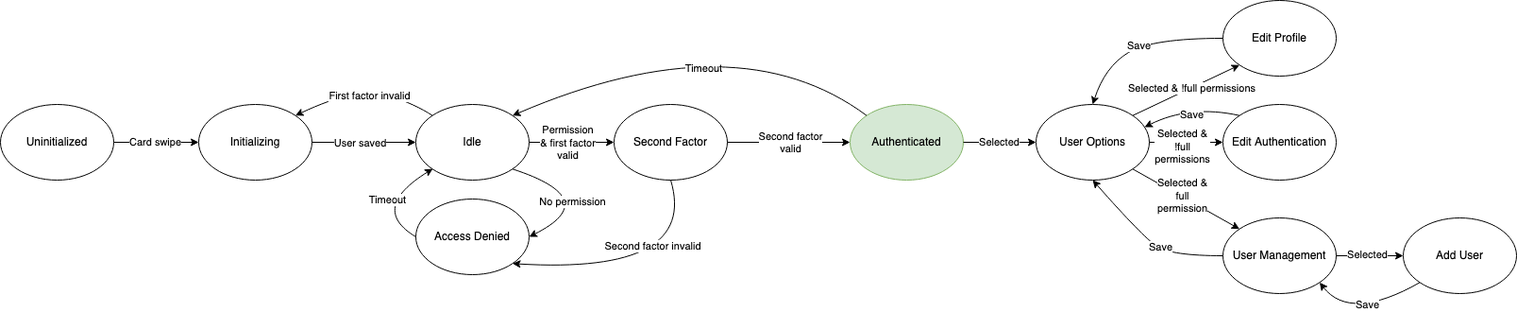
Above: Documentation/4180 State Diagram.png in ArkaneMoose/BuzzLock (draw.io), before the change. Source tidied: cells renumbered, new cells last; positions are measured from the earlier drawing's top-left corner, leaving out a move shared by most shapes.
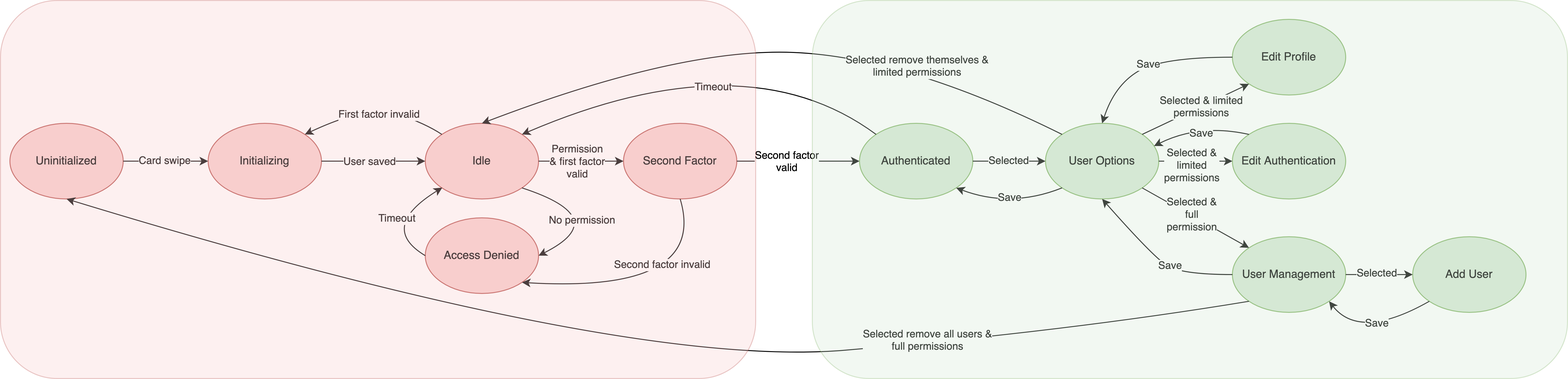
After the commit.

Commit message:
New state diagram

What changed in the source:
```diff
@@ -2,43 +2,43 @@
   <root>
     <mxCell id="0" />
     <mxCell id="1" parent="0" />
-    <mxCell id="2" value="Uninitialized" style="ellipse;whiteSpace=wrap;html=1;" parent="1" vertex="1">
+    <mxCell id="2" value="Uninitialized" style="ellipse;whiteSpace=wrap;html=1;fillColor=#f8cecc;strokeColor=#b85450;" parent="1" vertex="1">
       <mxGeometry y="110" width="120" height="80" as="geometry" />
     </mxCell>
-    <mxCell id="3" value="Initializing" style="ellipse;whiteSpace=wrap;html=1;" parent="1" vertex="1">
+    <mxCell id="3" value="Initializing" style="ellipse;whiteSpace=wrap;html=1;fillColor=#f8cecc;strokeColor=#b85450;" parent="1" vertex="1">
       <mxGeometry x="210" y="110" width="120" height="80" as="geometry" />
     </mxCell>
-    <mxCell id="4" value="Idle" style="ellipse;whiteSpace=wrap;html=1;" parent="1" vertex="1">
+    <mxCell id="4" value="Idle" style="ellipse;whiteSpace=wrap;html=1;fillColor=#f8cecc;strokeColor=#b85450;" parent="1" vertex="1">
       <mxGeometry x="440" y="110" width="120" height="80" as="geometry" />
     </mxCell>
-    <mxCell id="5" value="Second Factor" style="ellipse;whiteSpace=wrap;html=1;" parent="1" vertex="1">
+    <mxCell id="5" value="Second Factor" style="ellipse;whiteSpace=wrap;html=1;fillColor=#f8cecc;strokeColor=#b85450;" parent="1" vertex="1">
       <mxGeometry x="650" y="110" width="120" height="80" as="geometry" />
     </mxCell>
-    <mxCell id="6" value="Access Denied" style="ellipse;whiteSpace=wrap;html=1;" parent="1" vertex="1">
+    <mxCell id="6" value="Access Denied" style="ellipse;whiteSpace=wrap;html=1;fillColor=#f8cecc;strokeColor=#b85450;" parent="1" vertex="1">
       <mxGeometry x="440" y="210" width="120" height="80" as="geometry" />
     </mxCell>
     <mxCell id="7" value="Authenticated" style="ellipse;whiteSpace=wrap;html=1;fillColor=#d5e8d4;strokeColor=#82b366;" parent="1" vertex="1">
       <mxGeometry x="900" y="110" width="120" height="80" as="geometry" />
     </mxCell>
-    <mxCell id="8" value="User Options" style="ellipse;whiteSpace=wrap;html=1;" parent="1" vertex="1">
+    <mxCell id="8" value="User Options" style="ellipse;whiteSpace=wrap;html=1;fillColor=#d5e8d4;strokeColor=#82b366;" parent="1" vertex="1">
       <mxGeometry x="1097" y="110" width="120" height="80" as="geometry" />
     </mxCell>
-    <mxCell id="9" value="Edit Profile" style="ellipse;whiteSpace=wrap;html=1;" parent="1" vertex="1">
+    <mxCell id="9" value="Edit Profile" style="ellipse;whiteSpace=wrap;html=1;fillColor=#d5e8d4;strokeColor=#82b366;" parent="1" vertex="1">
       <mxGeometry x="1295" width="120" height="80" as="geometry" />
     </mxCell>
-    <mxCell id="10" value="Edit Authentication" style="ellipse;whiteSpace=wrap;html=1;" parent="1" vertex="1">
+    <mxCell id="10" value="Edit Authentication" style="ellipse;whiteSpace=wrap;html=1;fillColor=#d5e8d4;strokeColor=#82b366;" parent="1" vertex="1">
       <mxGeometry x="1295" y="110" width="120" height="80" as="geometry" />
     </mxCell>
-    <mxCell id="11" value="User Management" style="ellipse;whiteSpace=wrap;html=1;" parent="1" vertex="1">
+    <mxCell id="11" value="User Management" style="ellipse;whiteSpace=wrap;html=1;fillColor=#d5e8d4;strokeColor=#82b366;" parent="1" vertex="1">
       <mxGeometry x="1295" y="230" width="120" height="80" as="geometry" />
     </mxCell>
-    <mxCell id="12" value="Add User" style="ellipse;whiteSpace=wrap;html=1;" parent="1" vertex="1">
+    <mxCell id="12" value="Add User" style="ellipse;whiteSpace=wrap;html=1;fillColor=#d5e8d4;strokeColor=#82b366;" parent="1" vertex="1">
       <mxGeometry x="1486" y="230" width="120" height="80" as="geometry" />
     </mxCell>
     <mxCell id="13" style="endArrow=classic;html=1;exitX=1;exitY=0.5;exitDx=0;exitDy=0;entryX=0;entryY=0.5;entryDx=0;entryDy=0;" parent="1" edge="1" source="2" target="3">
       <mxGeometry relative="1" as="geometry" />
     </mxCell>
-    <mxCell id="14" value="Card swipe" style="edgeLabel;html=1;align=center;verticalAlign=middle;" parent="13" vertex="1">
+    <mxCell id="14" value="Card swipe" style="edgeLabel;html=1;align=center;verticalAlign=middle;labelBackgroundColor=#FFFFFF;" parent="13" vertex="1">
       <mxGeometry y="1" relative="1" as="geometry">
         <mxPoint x="-2" as="offset" />
       </mxGeometry>
@@ -46,7 +46,7 @@
     <mxCell id="15" style="endArrow=classic;html=1;exitX=1;exitY=0.5;exitDx=0;exitDy=0;entryX=0;entryY=0.5;entryDx=0;entryDy=0;" parent="1" edge="1" source="3" target="4">
       <mxGeometry relative="1" as="geometry" />
     </mxCell>
-    <mxCell id="16" value="User saved" style="edgeLabel;html=1;align=center;verticalAlign=middle;" parent="15" vertex="1">
+    <mxCell id="16" value="User saved" style="edgeLabel;html=1;align=center;verticalAlign=middle;labelBackgroundColor=#FFFFFF;" parent="15" vertex="1">
       <mxGeometry x="-0.42" y="-2" relative="1" as="geometry">
         <mxPoint x="18" y="-2" as="offset" />
       </mxGeometry>
@@ -54,7 +54,7 @@
     <mxCell id="17" style="endArrow=classic;html=1;exitX=1;exitY=0.5;exitDx=0;exitDy=0;entryX=0;entryY=0.5;entryDx=0;entryDy=0;" parent="1" edge="1" source="4" target="5">
       <mxGeometry relative="1" as="geometry" />
     </mxCell>
-    <mxCell id="18" value="&lt;div&gt;Permission&lt;/div&gt;&lt;div&gt;&amp;amp; first factor &lt;br&gt;&lt;/div&gt;&lt;div&gt;valid&lt;br&gt;&lt;/div&gt;" style="edgeLabel;html=1;align=center;verticalAlign=middle;" parent="17" vertex="1">
+    <mxCell id="18" value="&lt;div&gt;Permission&lt;/div&gt;&lt;div&gt;&amp;amp; first factor &lt;br&gt;&lt;/div&gt;&lt;div&gt;valid&lt;br&gt;&lt;/div&gt;" style="edgeLabel;html=1;align=center;verticalAlign=middle;labelBackgroundColor=#FFFFFF;" parent="17" vertex="1">
       <mxGeometry x="-0.24" relative="1" as="geometry">
         <mxPoint x="6" as="offset" />
       </mxGeometry>
@@ -62,9 +62,9 @@
     <mxCell id="19" style="endArrow=classic;html=1;exitX=1;exitY=0.5;exitDx=0;exitDy=0;entryX=0;entryY=0.5;entryDx=0;entryDy=0;" parent="1" edge="1" source="5" target="7">
       <mxGeometry relative="1" as="geometry" />
     </mxCell>
-    <mxCell id="20" value="&lt;div&gt;Second factor &lt;br&gt;&lt;/div&gt;&lt;div&gt;valid&lt;br&gt;&lt;/div&gt;" style="edgeLabel;html=1;align=center;verticalAlign=middle;" parent="19" vertex="1">
+    <mxCell id="20" value="&lt;div&gt;Second factor &lt;br&gt;&lt;/div&gt;&lt;div&gt;valid&lt;br&gt;&lt;/div&gt;" style="edgeLabel;html=1;align=center;verticalAlign=middle;labelBackgroundColor=#FFFFFF;" parent="19" vertex="1">
       <mxGeometry x="-0.4" y="1" relative="1" as="geometry">
-        <mxPoint x="27" y="1" as="offset" />
+        <mxPoint x="13" y="1" as="offset" />
       </mxGeometry>
     </mxCell>
     <mxCell id="21" style="curved=1;endArrow=classic;html=1;entryX=1;entryY=0.5;entryDx=0;entryDy=0;exitX=1;exitY=1;exitDx=0;exitDy=0;" parent="1" edge="1" source="4" target="6">
@@ -74,7 +74,7 @@
         </Array>
       </mxGeometry>
     </mxCell>
-    <mxCell id="22" value="No permission" style="edgeLabel;html=1;align=center;verticalAlign=middle;" parent="21" vertex="1">
+    <mxCell id="22" value="No permission" style="edgeLabel;html=1;align=center;verticalAlign=middle;labelBackgroundColor=#FFFFFF;" parent="21" vertex="1">
       <mxGeometry x="-0.29" y="-5" relative="1" as="geometry">
         <mxPoint y="8" as="offset" />
       </mxGeometry>
@@ -87,7 +87,7 @@
         </Array>
       </mxGeometry>
     </mxCell>
-    <mxCell id="24" value="Timeout" style="edgeLabel;html=1;align=center;verticalAlign=middle;" parent="23" vertex="1">
+    <mxCell id="24" value="Timeout" style="edgeLabel;html=1;align=center;verticalAlign=middle;labelBackgroundColor=#FFFFFF;" parent="23" vertex="1">
       <mxGeometry x="-0.29" y="-5" relative="1" as="geometry">
         <mxPoint x="9.4" y="-10.5" as="offset" />
       </mxGeometry>
@@ -100,7 +100,7 @@
         </Array>
       </mxGeometry>
     </mxCell>
-    <mxCell id="26" value="First factor invalid" style="edgeLabel;html=1;align=center;verticalAlign=middle;" parent="25" vertex="1">
+    <mxCell id="26" value="First factor invalid" style="edgeLabel;html=1;align=center;verticalAlign=middle;labelBackgroundColor=#FFFFFF;" parent="25" vertex="1">
       <mxGeometry x="-0.08" y="8" relative="1" as="geometry">
         <mxPoint x="1.8" y="-1.2" as="offset" />
       </mxGeometry>
@@ -112,7 +112,7 @@
         </Array>
       </mxGeometry>
     </mxCell>
-    <mxCell id="28" value="Second factor invalid" style="edgeLabel;html=1;align=center;verticalAlign=middle;" parent="27" vertex="1">
+    <mxCell id="28" value="Second factor invalid" style="edgeLabel;html=1;align=center;verticalAlign=middle;labelBackgroundColor=#FFFFFF;" parent="27" vertex="1">
       <mxGeometry x="-0.59" y="-39" relative="1" as="geometry" />
     </mxCell>
     <mxCell id="29" style="curved=1;endArrow=classic;html=1;exitX=0;exitY=0;exitDx=0;exitDy=0;entryX=1;entryY=0;entryDx=0;entryDy=0;" parent="1" edge="1" source="7" target="4">
@@ -122,7 +122,7 @@
         </Array>
       </mxGeometry>
     </mxCell>
-    <mxCell id="30" value="Timeout" style="edgeLabel;html=1;align=center;verticalAlign=middle;" parent="29" vertex="1">
+    <mxCell id="30" value="Timeout" style="edgeLabel;html=1;align=center;verticalAlign=middle;labelBackgroundColor=#FFFFFF;" parent="29" vertex="1">
       <mxGeometry x="0.04" y="33" relative="1" as="geometry" />
     </mxCell>
     <mxCell id="31" style="endArrow=classic;html=1;exitX=1;exitY=0.5;exitDx=0;exitDy=0;entryX=0;entryY=0.5;entryDx=0;entryDy=0;" parent="1" edge="1" source="7" target="8">
@@ -134,13 +134,13 @@
     <mxCell id="33" style="endArrow=classic;html=1;exitX=1;exitY=0;exitDx=0;exitDy=0;entryX=0;entryY=1;entryDx=0;entryDy=0;" parent="1" edge="1" source="8" target="9">
       <mxGeometry relative="1" as="geometry" />
     </mxCell>
-    <mxCell id="34" value="Selected &amp;amp; !full permissions" style="edgeLabel;html=1;align=center;verticalAlign=middle;" parent="33" vertex="1">
+    <mxCell id="34" value="&lt;div&gt;Selected &amp;amp; limited &lt;br&gt;&lt;/div&gt;&lt;div&gt;permissions&lt;br&gt;&lt;/div&gt;" style="edgeLabel;html=1;align=center;verticalAlign=middle;" parent="33" vertex="1">
       <mxGeometry x="0.11" relative="1" as="geometry" />
     </mxCell>
     <mxCell id="35" style="endArrow=classic;html=1;exitX=1;exitY=0.5;exitDx=0;exitDy=0;entryX=0;entryY=0.5;entryDx=0;entryDy=0;" parent="1" edge="1" source="8" target="10">
       <mxGeometry relative="1" as="geometry" />
     </mxCell>
-    <mxCell id="36" value="&lt;div&gt;Selected &amp;amp;&lt;/div&gt;&lt;div&gt;!full &lt;br&gt;&lt;/div&gt;&lt;div&gt;permissions&lt;br&gt;&lt;/div&gt;" style="edgeLabel;html=1;align=center;verticalAlign=middle;" parent="35" vertex="1">
+    <mxCell id="36" value="&lt;div&gt;Selected &amp;amp;&lt;/div&gt;&lt;div&gt;limited &lt;br&gt;&lt;/div&gt;&lt;div&gt;permissions&lt;br&gt;&lt;/div&gt;" style="edgeLabel;html=1;align=center;verticalAlign=middle;" parent="35" vertex="1">
       <mxGeometry x="-0.08" y="-1" relative="1" as="geometry">
         <mxPoint x="-2" y="3" as="offset" />
       </mxGeometry>
@@ -205,5 +205,47 @@
         <mxPoint y="-2.2" as="offset" />
       </mxGeometry>
     </mxCell>
+    <mxCell id="49" style="curved=1;endArrow=classic;html=1;exitX=0;exitY=1;exitDx=0;exitDy=0;entryX=1;entryY=1;entryDx=0;entryDy=0;" parent="1" edge="1" source="8" target="7">
+      <mxGeometry relative="1" as="geometry">
+        <Array as="points">
+          <mxPoint x="1060" y="200" />
+        </Array>
+      </mxGeometry>
+    </mxCell>
+    <mxCell id="50" value="Save" style="edgeLabel;html=1;align=center;verticalAlign=middle;" parent="49" vertex="1">
+      <mxGeometry x="0.15" y="-8" relative="1" as="geometry">
+        <mxPoint x="5" as="offset" />
+      </mxGeometry>
+    </mxCell>
+    <mxCell id="51" style="curved=1;endArrow=classic;html=1;exitX=0;exitY=0;exitDx=0;exitDy=0;entryX=0.5;entryY=0;entryDx=0;entryDy=0;" parent="1" edge="1" source="8" target="4">
+      <mxGeometry relative="1" as="geometry">
+        <Array as="points">
+          <mxPoint x="950" y="40" />
+          <mxPoint x="710" y="30" />
+        </Array>
+      </mxGeometry>
+    </mxCell>
+    <mxCell id="52" value="&lt;div&gt;Selected remove themselves &amp;amp;&lt;/div&gt;&lt;div&gt;limited permissions&lt;br&gt;&lt;/div&gt;" style="edgeLabel;html=1;align=center;verticalAlign=middle;" parent="51" vertex="1">
+      <mxGeometry x="-0.03" y="-2" relative="1" as="geometry">
+        <mxPoint x="142.1" y="17.5" as="offset" />
+      </mxGeometry>
+    </mxCell>
+    <mxCell id="53" style="curved=1;endArrow=classic;html=1;exitX=0;exitY=1;exitDx=0;exitDy=0;entryX=0.5;entryY=1;entryDx=0;entryDy=0;" parent="1" edge="1" source="11" target="2">
+      <mxGeometry relative="1" as="geometry">
+        <Array as="points">
+          <mxPoint x="1120" y="330" />
+          <mxPoint x="650" y="370" />
+        </Array>
+      </mxGeometry>
+    </mxCell>
+    <mxCell id="54" value="&lt;div&gt;Selected remove all users &amp;amp; &lt;br&gt;&lt;/div&gt;&lt;div&gt;full permissions&lt;br&gt;&lt;/div&gt;" style="edgeLabel;html=1;align=center;verticalAlign=middle;" parent="53" vertex="1">
+      <mxGeometry x="-0.46" y="-3" relative="1" as="geometry" />
+    </mxCell>
+    <mxCell id="55" style="rounded=1;whiteSpace=wrap;html=1;fillColor=#d5e8d4;strokeColor=#82b366;glass=0;opacity=30;" parent="1" vertex="1">
+      <mxGeometry x="850" y="-20" width="800" height="400" as="geometry" />
+    </mxCell>
+    <mxCell id="56" style="rounded=1;whiteSpace=wrap;html=1;fillColor=#F8CECC;strokeColor=#b85450;glass=0;opacity=30;gradientColor=none;" parent="1" vertex="1">
+      <mxGeometry x="-10" y="-20" width="800" height="400" as="geometry" />
+    </mxCell>
   </root>
 </mxGraphModel>
```
